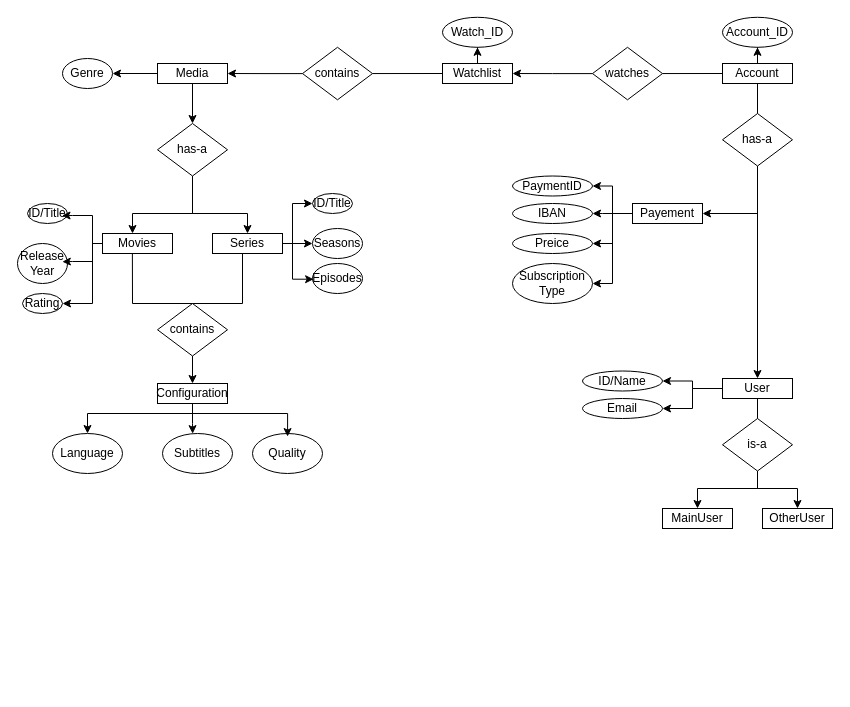
Earlier version of the draw.io diagram draw_io/ER.drawio (KevinGarrison/DataEngineeringProjects). Source tidied: cells renumbered, new cells numbered last; positions are measured from the earlier drawing's top-left corner, leaving out a move shared by most shapes. Both pictures are drawn from the tidied source at 100%, with x=0, y=0 at pixel (17, 17).
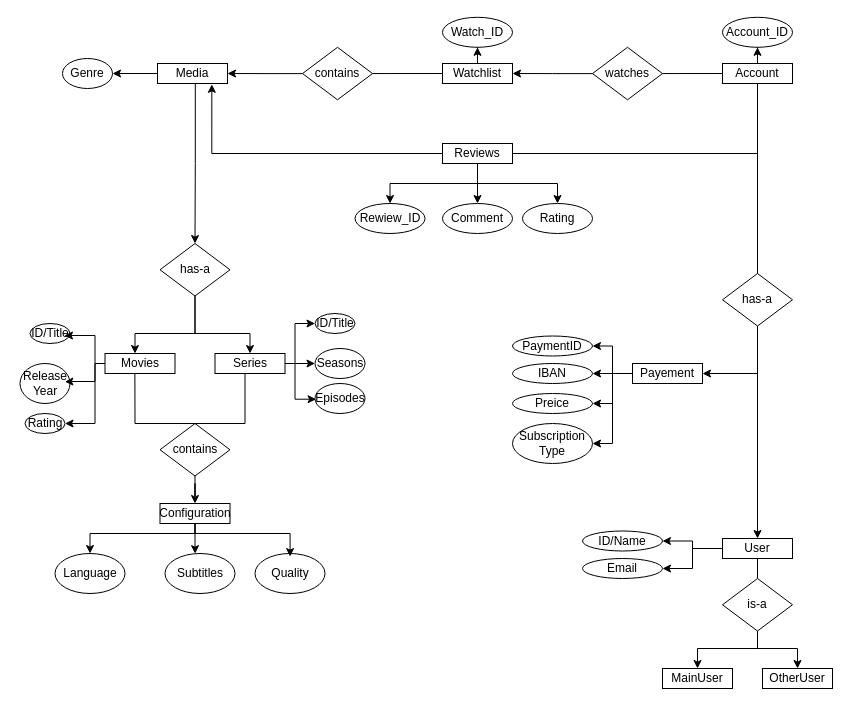
The same page after the edit.

Commit message:
Not sure about the " reviews" . Should it be an entity or a Relationship

The change refers to these unchanged cells:
```xml
<mxCell id="4" value="Media" style="rounded=0;whiteSpace=wrap;html=1;" parent="1" vertex="1">
  <mxGeometry x="140" y="46" width="70" height="20" as="geometry" />
</mxCell>
<mxCell id="42" value="Account" style="rounded=0;whiteSpace=wrap;html=1;" parent="1" vertex="1">
  <mxGeometry x="705" y="46" width="70" height="20" as="geometry" />
</mxCell>
```

Change to the diagram source:
```diff
@@
-    <mxCell id="2" style="edgeStyle=orthogonalEdgeStyle;rounded=0;jettySize=auto;html=1;exitX=0.5;exitY=1;exitDx=0;exitDy=0;entryX=0.5;entryY=0;entryDx=0;entryDy=0;" parent="1" edge="1" source="4" target="9">
-      <mxGeometry relative="1" as="geometry" />
+    <mxCell id="2" style="edgeStyle=orthogonalEdgeStyle;rounded=0;jettySize=auto;html=1;exitX=0.54;exitY=1.007;exitDx=0;exitDy=0;entryX=0.5;entryY=0;entryDx=0;entryDy=0;exitPerimeter=0;" parent="1" edge="1" source="4" target="9">
+      <mxGeometry relative="1" as="geometry">
+        <Array as="points">
+          <mxPoint x="178" y="146" />
+          <mxPoint x="178" y="146" />
+        </Array>
+      </mxGeometry>
     </mxCell>
@@
     <mxCell id="5" style="edgeStyle=orthogonalEdgeStyle;rounded=0;jettySize=auto;html=1;entryX=1;entryY=0.5;entryDx=0;entryDy=0;" parent="1" edge="1" source="6" target="16">
       <mxGeometry relative="1" as="geometry">
         <Array as="points">
-          <mxPoint x="75" y="226" />
-          <mxPoint x="75" y="286" />
+          <mxPoint x="77.5" y="346" />
+          <mxPoint x="77.5" y="406" />
         </Array>
       </mxGeometry>
     </mxCell>
     <mxCell id="6" value="Movies" style="rounded=0;whiteSpace=wrap;html=1;" parent="1" vertex="1">
-      <mxGeometry x="85" y="216" width="70" height="20" as="geometry" />
+      <mxGeometry x="87.5" y="336" width="70" height="20" as="geometry" />
     </mxCell>
     <mxCell id="7" style="edgeStyle=orthogonalEdgeStyle;rounded=0;jettySize=auto;html=1;exitX=0.5;exitY=1;exitDx=0;exitDy=0;" parent="1" edge="1" source="9" target="6">
       <mxGeometry relative="1" as="geometry">
         <Array as="points">
-          <mxPoint x="175" y="196" />
-          <mxPoint x="115" y="196" />
+          <mxPoint x="177.5" y="316" />
+          <mxPoint x="117.5" y="316" />
         </Array>
       </mxGeometry>
     </mxCell>
     <mxCell id="8" style="edgeStyle=orthogonalEdgeStyle;rounded=0;jettySize=auto;html=1;entryX=0.5;entryY=0;entryDx=0;entryDy=0;" parent="1" edge="1" source="9" target="12">
       <mxGeometry relative="1" as="geometry">
         <Array as="points">
-          <mxPoint x="175" y="196" />
-          <mxPoint x="230" y="196" />
+          <mxPoint x="177.5" y="316" />
+          <mxPoint x="232.5" y="316" />
         </Array>
       </mxGeometry>
     </mxCell>
     <mxCell id="9" value="has-a" style="rhombus;whiteSpace=wrap;html=1;" parent="1" vertex="1">
-      <mxGeometry x="140" y="106" width="70" height="52.5" as="geometry" />
+      <mxGeometry x="142.5" y="226" width="70" height="52.5" as="geometry" />
     </mxCell>
     <mxCell id="10" style="edgeStyle=orthogonalEdgeStyle;rounded=0;jettySize=auto;html=1;entryX=0;entryY=0.5;entryDx=0;entryDy=0;" parent="1" edge="1" source="12" target="20">
       <mxGeometry relative="1" as="geometry">
         <Array as="points">
-          <mxPoint x="275" y="226" />
-          <mxPoint x="275" y="186" />
+          <mxPoint x="277.5" y="346" />
+          <mxPoint x="277.5" y="306" />
         </Array>
       </mxGeometry>
     </mxCell>
@@
     <mxCell id="12" value="Series" style="rounded=0;whiteSpace=wrap;html=1;" parent="1" vertex="1">
-      <mxGeometry x="195" y="216" width="70" height="20" as="geometry" />
+      <mxGeometry x="197.5" y="336" width="70" height="20" as="geometry" />
     </mxCell>
@@
     <mxCell id="14" value="ID/Title" style="ellipse;whiteSpace=wrap;html=1;" parent="1" vertex="1">
-      <mxGeometry x="10" y="186" width="40" height="20" as="geometry" />
+      <mxGeometry x="12.5" y="306" width="40" height="20" as="geometry" />
     </mxCell>
     <mxCell id="15" value="Release&lt;div&gt;Year&lt;/div&gt;" style="ellipse;whiteSpace=wrap;html=1;" parent="1" vertex="1">
-      <mxGeometry y="226" width="50" height="40" as="geometry" />
+      <mxGeometry x="2.5" y="346" width="50" height="40" as="geometry" />
     </mxCell>
     <mxCell id="16" value="Rating" style="ellipse;whiteSpace=wrap;html=1;" parent="1" vertex="1">
-      <mxGeometry x="5" y="276" width="40" height="20" as="geometry" />
+      <mxGeometry x="7.5" y="396" width="40" height="20" as="geometry" />
     </mxCell>
     <mxCell id="17" style="edgeStyle=orthogonalEdgeStyle;rounded=0;jettySize=auto;html=1;entryX=0.863;entryY=0.605;entryDx=0;entryDy=0;entryPerimeter=0;" parent="1" edge="1" source="6" target="14">
       <mxGeometry relative="1" as="geometry">
         <Array as="points">
-          <mxPoint x="75" y="226" />
-          <mxPoint x="75" y="198" />
-          <mxPoint x="55" y="198" />
+          <mxPoint x="77.5" y="346" />
+          <mxPoint x="77.5" y="318" />
+          <mxPoint x="57.5" y="318" />
         </Array>
       </mxGeometry>
     </mxCell>
     <mxCell id="18" style="edgeStyle=orthogonalEdgeStyle;rounded=0;jettySize=auto;html=1;entryX=0.897;entryY=0.455;entryDx=0;entryDy=0;entryPerimeter=0;" parent="1" edge="1" source="6" target="15">
       <mxGeometry relative="1" as="geometry">
         <Array as="points">
-          <mxPoint x="75" y="226" />
-          <mxPoint x="75" y="244" />
-          <mxPoint x="55" y="244" />
+          <mxPoint x="77.5" y="346" />
+          <mxPoint x="77.5" y="364" />
+          <mxPoint x="57.5" y="364" />
         </Array>
       </mxGeometry>
     </mxCell>
     <mxCell id="19" value="Seasons" style="ellipse;whiteSpace=wrap;html=1;" parent="1" vertex="1">
-      <mxGeometry x="295" y="211" width="50" height="30" as="geometry" />
+      <mxGeometry x="297.5" y="331" width="50" height="30" as="geometry" />
     </mxCell>
     <mxCell id="20" value="ID/Title" style="ellipse;whiteSpace=wrap;html=1;" parent="1" vertex="1">
-      <mxGeometry x="295" y="176" width="40" height="20" as="geometry" />
+      <mxGeometry x="297.5" y="296" width="40" height="20" as="geometry" />
     </mxCell>
     <mxCell id="21" value="Episodes" style="ellipse;whiteSpace=wrap;html=1;" parent="1" vertex="1">
-      <mxGeometry x="295" y="246" width="50" height="30" as="geometry" />
+      <mxGeometry x="297.5" y="366" width="50" height="30" as="geometry" />
     </mxCell>
     <mxCell id="22" style="edgeStyle=orthogonalEdgeStyle;rounded=0;jettySize=auto;html=1;entryX=0.022;entryY=0.524;entryDx=0;entryDy=0;entryPerimeter=0;" parent="1" edge="1" source="12" target="21">
       <mxGeometry relative="1" as="geometry">
         <Array as="points">
-          <mxPoint x="275" y="226" />
-          <mxPoint x="275" y="262" />
+          <mxPoint x="277.5" y="346" />
+          <mxPoint x="277.5" y="382" />
         </Array>
       </mxGeometry>
     </mxCell>
     <mxCell id="23" style="edgeStyle=orthogonalEdgeStyle;rounded=0;jettySize=auto;html=1;entryX=0.5;entryY=0;entryDx=0;entryDy=0;" parent="1" edge="1" source="24" target="29">
       <mxGeometry relative="1" as="geometry">
         <Array as="points">
-          <mxPoint x="175" y="396" />
-          <mxPoint x="70" y="396" />
+          <mxPoint x="177.5" y="516" />
+          <mxPoint x="72.5" y="516" />
         </Array>
       </mxGeometry>
     </mxCell>
     <mxCell id="24" value="Configuration" style="rounded=0;whiteSpace=wrap;html=1;" parent="1" vertex="1">
-      <mxGeometry x="140" y="366" width="70" height="20" as="geometry" />
+      <mxGeometry x="142.5" y="486" width="70" height="20" as="geometry" />
     </mxCell>
@@
     <mxCell id="26" value="contains" style="rhombus;whiteSpace=wrap;html=1;" parent="1" vertex="1">
-      <mxGeometry x="140" y="286" width="70" height="52.5" as="geometry" />
+      <mxGeometry x="142.5" y="406" width="70" height="52.5" as="geometry" />
     </mxCell>
     <mxCell id="27" style="endArrow=none;html=1;rounded=0;entryX=0.427;entryY=1.006;entryDx=0;entryDy=0;entryPerimeter=0;exitX=0.5;exitY=0;exitDx=0;exitDy=0;" parent="1" edge="1" source="26" target="6">
       <mxGeometry relative="1" as="geometry">
         <Array as="points">
-          <mxPoint x="115" y="286" />
+          <mxPoint x="117.5" y="406" />
         </Array>
       </mxGeometry>
     </mxCell>
     <mxCell id="28" style="endArrow=none;html=1;rounded=0;" parent="1" edge="1">
       <mxGeometry relative="1" as="geometry">
-        <mxPoint x="175" y="286" as="sourcePoint" />
-        <mxPoint x="225" y="236" as="targetPoint" />
+        <mxPoint x="177.5" y="406" as="sourcePoint" />
+        <mxPoint x="227.5" y="356" as="targetPoint" />
         <Array as="points">
-          <mxPoint x="225" y="286" />
+          <mxPoint x="227.5" y="406" />
         </Array>
       </mxGeometry>
     </mxCell>
     <mxCell id="29" value="Language" style="ellipse;whiteSpace=wrap;html=1;" parent="1" vertex="1">
-      <mxGeometry x="35" y="416" width="70" height="40" as="geometry" />
+      <mxGeometry x="37.5" y="536" width="70" height="40" as="geometry" />
     </mxCell>
     <mxCell id="30" value="Subtitles" style="ellipse;whiteSpace=wrap;html=1;" parent="1" vertex="1">
-      <mxGeometry x="145" y="416" width="70" height="40" as="geometry" />
+      <mxGeometry x="147.5" y="536" width="70" height="40" as="geometry" />
     </mxCell>
     <mxCell id="31" value="Quality" style="ellipse;whiteSpace=wrap;html=1;" parent="1" vertex="1">
-      <mxGeometry x="235" y="416" width="70" height="40" as="geometry" />
+      <mxGeometry x="237.5" y="536" width="70" height="40" as="geometry" />
     </mxCell>
@@
     <mxCell id="33" style="edgeStyle=orthogonalEdgeStyle;rounded=0;jettySize=auto;html=1;entryX=0.501;entryY=0.077;entryDx=0;entryDy=0;entryPerimeter=0;" parent="1" edge="1" source="24" target="31">
       <mxGeometry relative="1" as="geometry">
         <Array as="points">
-          <mxPoint x="175" y="396" />
-          <mxPoint x="270" y="396" />
+          <mxPoint x="177.5" y="516" />
+          <mxPoint x="272.5" y="516" />
         </Array>
       </mxGeometry>
     </mxCell>
@@
     <mxCell id="43" style="edgeStyle=orthogonalEdgeStyle;rounded=0;jettySize=auto;html=1;entryX=1;entryY=0.5;entryDx=0;entryDy=0;" parent="1" edge="1" source="45" target="49">
       <mxGeometry relative="1" as="geometry">
         <Array as="points">
-          <mxPoint x="740" y="196" />
+          <mxPoint x="740" y="356" />
         </Array>
       </mxGeometry>
     </mxCell>
@@
     <mxCell id="45" value="has-a" style="rhombus;whiteSpace=wrap;html=1;" parent="1" vertex="1">
-      <mxGeometry x="705" y="96" width="70" height="52.5" as="geometry" />
+      <mxGeometry x="705" y="256" width="70" height="52.5" as="geometry" />
     </mxCell>
@@
     <mxCell id="49" value="Payement" style="rounded=0;whiteSpace=wrap;html=1;" parent="1" vertex="1">
-      <mxGeometry x="615" y="186" width="70" height="20" as="geometry" />
+      <mxGeometry x="615" y="346" width="70" height="20" as="geometry" />
     </mxCell>
     <mxCell id="50" value="PaymentID" style="ellipse;whiteSpace=wrap;html=1;" parent="1" vertex="1">
-      <mxGeometry x="495" y="158.5" width="80" height="20" as="geometry" />
+      <mxGeometry x="495" y="318.5" width="80" height="20" as="geometry" />
     </mxCell>
     <mxCell id="51" value="IBAN" style="ellipse;whiteSpace=wrap;html=1;" parent="1" vertex="1">
-      <mxGeometry x="495" y="186" width="80" height="20" as="geometry" />
+      <mxGeometry x="495" y="346" width="80" height="20" as="geometry" />
     </mxCell>
     <mxCell id="52" value="Preice" style="ellipse;whiteSpace=wrap;html=1;" parent="1" vertex="1">
-      <mxGeometry x="495" y="216" width="80" height="20" as="geometry" />
+      <mxGeometry x="495" y="376" width="80" height="20" as="geometry" />
     </mxCell>
     <mxCell id="53" style="edgeStyle=orthogonalEdgeStyle;rounded=0;jettySize=auto;html=1;entryX=1;entryY=0.5;entryDx=0;entryDy=0;" parent="1" edge="1" source="49" target="51">
       <mxGeometry relative="1" as="geometry">
         <Array as="points">
-          <mxPoint x="585" y="196" />
-          <mxPoint x="585" y="196" />
+          <mxPoint x="585" y="356" />
+          <mxPoint x="585" y="356" />
         </Array>
       </mxGeometry>
     </mxCell>
@@
     <mxCell id="56" value="User" style="rounded=0;whiteSpace=wrap;html=1;" parent="1" vertex="1">
-      <mxGeometry x="705" y="361" width="70" height="20" as="geometry" />
+      <mxGeometry x="705" y="521" width="70" height="20" as="geometry" />
     </mxCell>
     <mxCell id="57" style="edgeStyle=orthogonalEdgeStyle;rounded=0;jettySize=auto;html=1;entryX=0.5;entryY=0;entryDx=0;entryDy=0;" parent="1" edge="1" source="59" target="60">
       <mxGeometry relative="1" as="geometry">
         <Array as="points">
-          <mxPoint x="740" y="471" />
-          <mxPoint x="680" y="471" />
+          <mxPoint x="740" y="631" />
+          <mxPoint x="680" y="631" />
         </Array>
       </mxGeometry>
     </mxCell>
     <mxCell id="58" style="edgeStyle=orthogonalEdgeStyle;rounded=0;jettySize=auto;html=1;entryX=0.5;entryY=0;entryDx=0;entryDy=0;" parent="1" edge="1" source="59" target="61">
       <mxGeometry relative="1" as="geometry">
         <Array as="points">
-          <mxPoint x="740" y="471" />
-          <mxPoint x="780" y="471" />
+          <mxPoint x="740" y="631" />
+          <mxPoint x="780" y="631" />
         </Array>
       </mxGeometry>
     </mxCell>
     <mxCell id="59" value="is-a" style="rhombus;whiteSpace=wrap;html=1;" parent="1" vertex="1">
-      <mxGeometry x="705" y="401" width="70" height="52.5" as="geometry" />
+      <mxGeometry x="705" y="561" width="70" height="52.5" as="geometry" />
     </mxCell>
     <mxCell id="60" value="MainUser" style="rounded=0;whiteSpace=wrap;html=1;" parent="1" vertex="1">
-      <mxGeometry x="645" y="491" width="70" height="20" as="geometry" />
+      <mxGeometry x="645" y="651" width="70" height="20" as="geometry" />
     </mxCell>
     <mxCell id="61" value="OtherUser" style="rounded=0;whiteSpace=wrap;html=1;" parent="1" vertex="1">
-      <mxGeometry x="745" y="491" width="70" height="20" as="geometry" />
+      <mxGeometry x="745" y="651" width="70" height="20" as="geometry" />
     </mxCell>
@@
     <mxCell id="65" value="ID/Name" style="ellipse;whiteSpace=wrap;html=1;" parent="1" vertex="1">
-      <mxGeometry x="565" y="353.5" width="80" height="20" as="geometry" />
+      <mxGeometry x="565" y="513.5" width="80" height="20" as="geometry" />
     </mxCell>
     <mxCell id="66" value="Email" style="ellipse;whiteSpace=wrap;html=1;" parent="1" vertex="1">
-      <mxGeometry x="565" y="381" width="80" height="20" as="geometry" />
+      <mxGeometry x="565" y="541" width="80" height="20" as="geometry" />
     </mxCell>
     <mxCell id="67" value="Subscription&lt;div&gt;Type&lt;/div&gt;" style="ellipse;whiteSpace=wrap;html=1;" parent="1" vertex="1">
-      <mxGeometry x="495" y="246" width="80" height="40" as="geometry" />
+      <mxGeometry x="495" y="406" width="80" height="40" as="geometry" />
     </mxCell>
@@
+    <mxCell id="70" style="edgeStyle=orthogonalEdgeStyle;rounded=0;jettySize=auto;html=1;entryX=0.776;entryY=1.042;entryDx=0;entryDy=0;entryPerimeter=0;" parent="1" edge="1" source="73" target="4">
+      <mxGeometry relative="1" as="geometry" />
+    </mxCell>
+    <mxCell id="71" style="edgeStyle=orthogonalEdgeStyle;rounded=0;jettySize=auto;html=1;entryX=0.5;entryY=0;entryDx=0;entryDy=0;" parent="1" edge="1" source="73" target="76">
+      <mxGeometry relative="1" as="geometry">
+        <Array as="points">
+          <mxPoint x="460" y="166" />
+          <mxPoint x="373" y="166" />
+        </Array>
+      </mxGeometry>
+    </mxCell>
+    <mxCell id="72" style="edgeStyle=orthogonalEdgeStyle;rounded=0;jettySize=auto;html=1;entryX=0.5;entryY=0;entryDx=0;entryDy=0;" parent="1" edge="1" source="73" target="75">
+      <mxGeometry relative="1" as="geometry" />
+    </mxCell>
+    <mxCell id="73" value="Reviews" style="rounded=0;whiteSpace=wrap;html=1;" parent="1" vertex="1">
+      <mxGeometry x="425" y="126" width="70" height="20" as="geometry" />
+    </mxCell>
+    <mxCell id="74" style="endArrow=none;html=1;rounded=0;exitX=1;exitY=0.5;exitDx=0;exitDy=0;entryX=0.5;entryY=1;entryDx=0;entryDy=0;" parent="1" edge="1" source="73" target="42">
+      <mxGeometry relative="1" as="geometry">
+        <Array as="points">
+          <mxPoint x="740" y="136" />
+        </Array>
+      </mxGeometry>
+    </mxCell>
+    <mxCell id="75" value="Comment" style="ellipse;whiteSpace=wrap;html=1;" parent="1" vertex="1">
+      <mxGeometry x="425" y="186" width="70" height="30" as="geometry" />
+    </mxCell>
+    <mxCell id="76" value="Rewiew_ID" style="ellipse;whiteSpace=wrap;html=1;" parent="1" vertex="1">
+      <mxGeometry x="337.5" y="186" width="70" height="30" as="geometry" />
+    </mxCell>
+    <mxCell id="77" value="Rating" style="ellipse;whiteSpace=wrap;html=1;" parent="1" vertex="1">
+      <mxGeometry x="505" y="186" width="70" height="30" as="geometry" />
+    </mxCell>
+    <mxCell id="78" style="edgeStyle=orthogonalEdgeStyle;rounded=0;jettySize=auto;html=1;entryX=0.5;entryY=0;entryDx=0;entryDy=0;" parent="1" edge="1" source="73" target="77">
+      <mxGeometry relative="1" as="geometry">
+        <Array as="points">
+          <mxPoint x="460" y="166" />
+          <mxPoint x="540" y="166" />
+        </Array>
+      </mxGeometry>
+    </mxCell>
```
